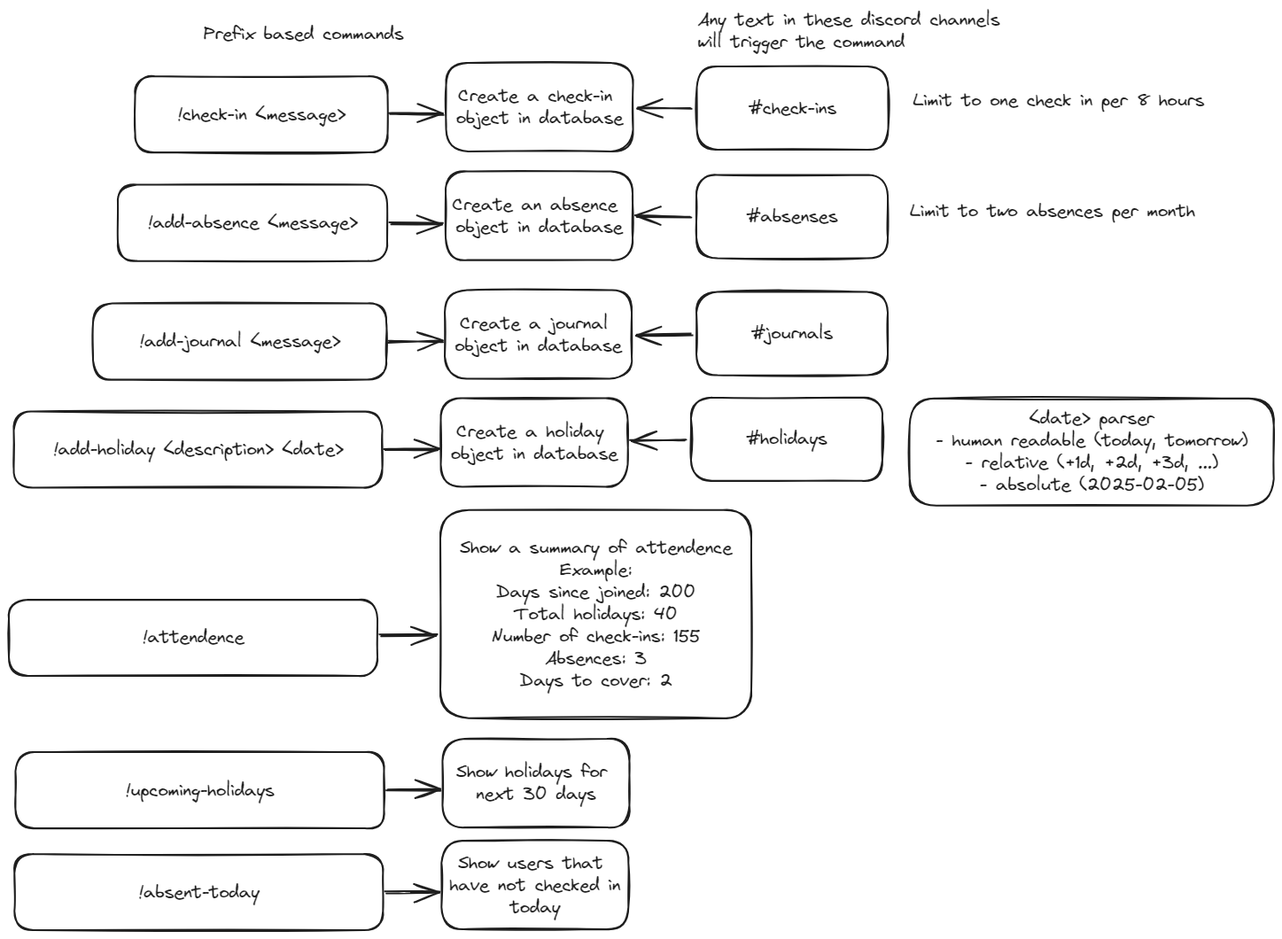
sandbox-pokhara/journal keeps this Excalidraw diagram as architecture.excalidraw.png. Above is the earlier version. Source tidied: one line per element, renumbered; positions are measured from the earlier drawing's top-left corner, leaving out a move shared by most shapes.
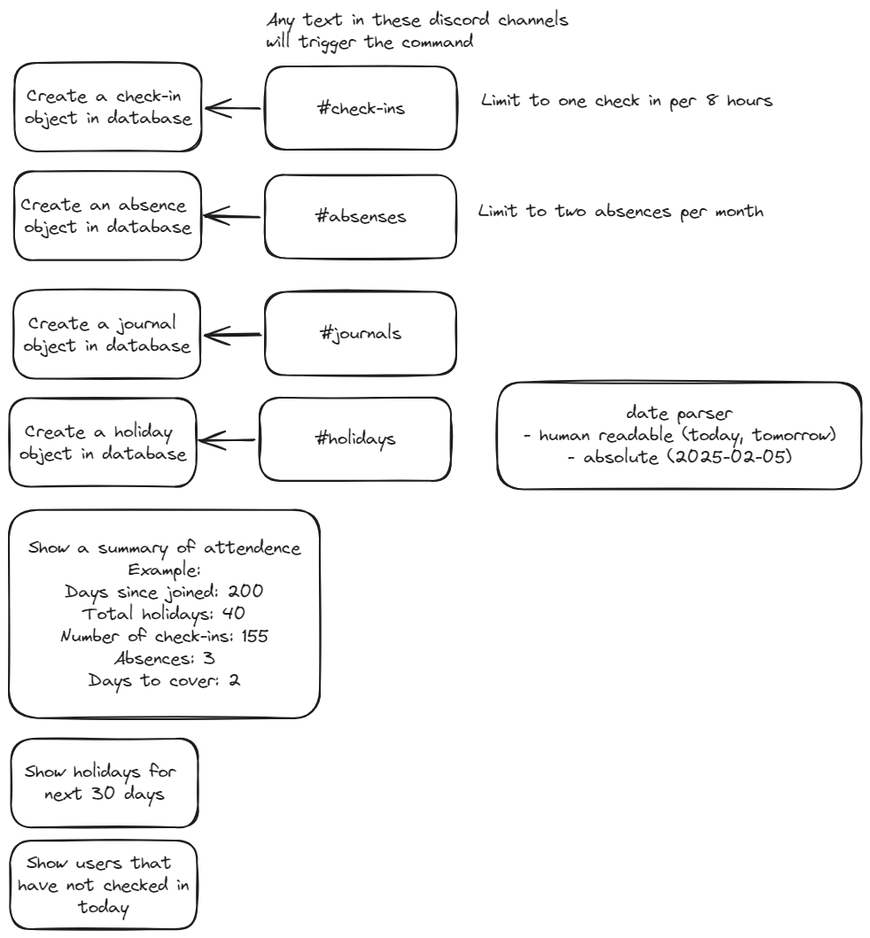
The same diagram one commit later.

Change to the diagram source:
```diff
@@ -1,36 +1,23 @@
 {"id": 0, "type": "rectangle", "strokeColor": "#1e1e1e", "strokeWidth": 2, "roughness": 1, "round": true, "x": 494, "y": 61, "width": 211, "height": 100}
 {"id": 1, "type": "text", "text": "Create a check-in \nobject in database", "strokeColor": "#1e1e1e", "strokeWidth": 2, "roughness": 1, "fontSize": 20, "fontFamily": 1, "textAlign": "center", "verticalAlign": "middle", "inside": 0, "x": 505, "y": 86, "width": 188, "height": 50}
-{"id": 2, "type": "rectangle", "strokeColor": "#1e1e1e", "strokeWidth": 2, "roughness": 1, "round": true, "x": 143, "y": 76, "width": 285, "height": 86}
-{"id": 3, "type": "text", "text": "!check-in <message>", "strokeColor": "#1e1e1e", "strokeWidth": 2, "roughness": 1, "fontSize": 20, "fontFamily": 1, "textAlign": "center", "verticalAlign": "middle", "inside": 2, "x": 190, "y": 106, "width": 190, "height": 25}
-{"id": 4, "type": "arrow", "strokeColor": "#1e1e1e", "strokeWidth": 2, "roughness": 1, "endArrowhead": "arrow", "round": true, "from": 2, "to": 0, "x": 431, "y": 119, "width": 60, "height": 0, "points": [[0, 0], [60, 0]]}
 {"id": 5, "type": "rectangle", "strokeColor": "#1e1e1e", "strokeWidth": 2, "roughness": 1, "round": true, "x": 777, "y": 65, "width": 216, "height": 94}
 {"id": 6, "type": "text", "text": "#check-ins", "strokeColor": "#1e1e1e", "strokeWidth": 2, "roughness": 1, "fontSize": 20, "fontFamily": 1, "textAlign": "center", "verticalAlign": "middle", "inside": 5, "x": 835, "y": 100, "width": 99, "height": 25}
 {"id": 7, "type": "text", "text": "Any text in these discord channels\nwill trigger the command", "strokeColor": "#1e1e1e", "strokeWidth": 2, "roughness": 1, "fontSize": 20, "fontFamily": 1, "x": 778, "y": 0, "width": 341, "height": 50}
 {"id": 8, "type": "arrow", "strokeColor": "#1e1e1e", "strokeWidth": 2, "roughness": 1, "endArrowhead": "arrow", "round": true, "from": 5, "to": 0, "x": 771, "y": 112, "width": 61, "height": 0, "points": [[0, 0], [-61, 0]]}
-{"id": 9, "type": "text", "text": "Prefix based commands", "strokeColor": "#1e1e1e", "strokeWidth": 2, "roughness": 1, "fontSize": 20, "fontFamily": 1, "x": 220, "y": 16, "width": 226, "height": 25}
 {"id": 10, "type": "rectangle", "strokeColor": "#1e1e1e", "strokeWidth": 2, "roughness": 1, "round": true, "x": 493, "y": 184, "width": 211, "height": 100}
 {"id": 11, "type": "text", "text": "Create an absence \nobject in database", "strokeColor": "#1e1e1e", "strokeWidth": 2, "roughness": 1, "fontSize": 20, "fontFamily": 1, "textAlign": "center", "verticalAlign": "middle", "inside": 10, "x": 500, "y": 208, "width": 196, "height": 50}
-{"id": 12, "type": "rectangle", "strokeColor": "#1e1e1e", "strokeWidth": 2, "roughness": 1, "round": true, "x": 123, "y": 198, "width": 304, "height": 86}
-{"id": 13, "type": "text", "text": "!add-absence <message>", "strokeColor": "#1e1e1e", "strokeWidth": 2, "roughness": 1, "fontSize": 20, "fontFamily": 1, "textAlign": "center", "verticalAlign": "middle", "inside": 12, "x": 156, "y": 229, "width": 237, "height": 25}
-{"id": 14, "type": "arrow", "strokeColor": "#1e1e1e", "strokeWidth": 2, "roughness": 1, "endArrowhead": "arrow", "round": true, "from": 12, "to": 10, "x": 430, "y": 242, "width": 60, "height": 0, "points": [[0, 0], [60, 0]]}
 {"id": 15, "type": "rectangle", "strokeColor": "#1e1e1e", "strokeWidth": 2, "roughness": 1, "round": true, "x": 776, "y": 188, "width": 216, "height": 94}
 {"id": 16, "type": "text", "text": "#absenses", "strokeColor": "#1e1e1e", "strokeWidth": 2, "roughness": 1, "fontSize": 20, "fontFamily": 1, "textAlign": "center", "verticalAlign": "middle", "inside": 15, "x": 832, "y": 222, "width": 103, "height": 25}
 {"id": 17, "type": "arrow", "strokeColor": "#1e1e1e", "strokeWidth": 2, "roughness": 1, "endArrowhead": "arrow", "round": true, "from": 15, "to": 10, "x": 770, "y": 234, "width": 61, "height": 0, "points": [[0, 0], [-61, 0]]}
 {"id": 18, "type": "rectangle", "strokeColor": "#1e1e1e", "strokeWidth": 2, "roughness": 1, "round": true, "x": 492, "y": 318, "width": 211, "height": 100}
 {"id": 19, "type": "text", "text": "Create a journal \nobject in database", "strokeColor": "#1e1e1e", "strokeWidth": 2, "roughness": 1, "fontSize": 20, "fontFamily": 1, "textAlign": "center", "verticalAlign": "middle", "inside": 18, "x": 503, "y": 342, "width": 188, "height": 50}
-{"id": 20, "type": "rectangle", "strokeColor": "#1e1e1e", "strokeWidth": 2, "roughness": 1, "round": true, "x": 95, "y": 332, "width": 331, "height": 86}
-{"id": 21, "type": "text", "text": "!add-journal <message>", "strokeColor": "#1e1e1e", "strokeWidth": 2, "roughness": 1, "fontSize": 20, "fontFamily": 1, "textAlign": "center", "verticalAlign": "middle", "inside": 20, "x": 147, "y": 363, "width": 227, "height": 25}
-{"id": 22, "type": "arrow", "strokeColor": "#1e1e1e", "strokeWidth": 2, "roughness": 1, "endArrowhead": "arrow", "round": true, "from": 20, "to": 18, "x": 429, "y": 376, "width": 60, "height": 0, "points": [[0, 0], [60, 0]]}
 {"id": 23, "type": "rectangle", "strokeColor": "#1e1e1e", "strokeWidth": 2, "roughness": 1, "round": true, "x": 776, "y": 320, "width": 216, "height": 94}
 {"id": 24, "type": "text", "text": "#journals", "strokeColor": "#1e1e1e", "strokeWidth": 2, "roughness": 1, "fontSize": 20, "fontFamily": 1, "textAlign": "center", "verticalAlign": "middle", "inside": 23, "x": 838, "y": 354, "width": 92, "height": 25}
 {"id": 25, "type": "arrow", "strokeColor": "#1e1e1e", "strokeWidth": 2, "roughness": 1, "endArrowhead": "arrow", "round": true, "from": 23, "to": 18, "x": 770, "y": 368, "width": 62, "height": 0, "points": [[0, 0], [-62, 0]]}
 {"id": 26, "type": "rectangle", "strokeColor": "#1e1e1e", "strokeWidth": 2, "roughness": 1, "round": true, "x": 488, "y": 440, "width": 211, "height": 100}
 {"id": 27, "type": "text", "text": "Create a holiday \nobject in database", "strokeColor": "#1e1e1e", "strokeWidth": 2, "roughness": 1, "fontSize": 20, "fontFamily": 1, "textAlign": "center", "verticalAlign": "middle", "inside": 26, "x": 499, "y": 464, "width": 188, "height": 50}
-{"id": 28, "type": "rectangle", "strokeColor": "#1e1e1e", "strokeWidth": 2, "roughness": 1, "round": true, "x": 6, "y": 454, "width": 416, "height": 86}
-{"id": 29, "type": "text", "text": "!add-holiday <description> <date>", "strokeColor": "#1e1e1e", "strokeWidth": 2, "roughness": 1, "fontSize": 20, "fontFamily": 1, "textAlign": "center", "verticalAlign": "middle", "inside": 28, "x": 50, "y": 485, "width": 328, "height": 25}
-{"id": 30, "type": "arrow", "strokeColor": "#1e1e1e", "strokeWidth": 2, "roughness": 1, "endArrowhead": "arrow", "round": true, "from": 28, "to": 26, "x": 425, "y": 498, "width": 60, "height": 0, "points": [[0, 0], [60, 0]]}
-{"id": 31, "type": "rectangle", "strokeColor": "#1e1e1e", "strokeWidth": 2, "roughness": 1, "round": true, "x": 1017, "y": 440, "width": 411, "height": 121}
+{"id": 31, "type": "rectangle", "strokeColor": "#1e1e1e", "strokeWidth": 2, "roughness": 1, "round": true, "x": 1038, "y": 421, "width": 411, "height": 121}
-{"id": 32, "type": "text", "text": "<date> parser\n- human readable (today, tomorrow)\n- relative (+1d, +2d, +3d, ...)\n- absolute (2025-02-05)", "strokeColor": "#1e1e1e", "strokeWidth": 2, "roughness": 1, "fontSize": 20, "fontFamily": 1, "textAlign": "center", "verticalAlign": "middle", "inside": 31, "x": 1046, "y": 450, "width": 352, "height": 100}
+{"id": 32, "type": "text", "text": "date parser\n- human readable (today, tomorrow)\n- absolute (2025-02-05)", "strokeColor": "#1e1e1e", "strokeWidth": 2, "roughness": 1, "fontSize": 20, "fontFamily": 1, "textAlign": "center", "verticalAlign": "middle", "inside": 31, "x": 1068, "y": 444, "width": 352, "height": 75}
 {"id": 33, "type": "rectangle", "strokeColor": "#1e1e1e", "strokeWidth": 2, "roughness": 1, "round": true, "x": 770, "y": 439, "width": 216, "height": 94}
 {"id": 34, "type": "text", "text": "#holidays", "strokeColor": "#1e1e1e", "strokeWidth": 2, "roughness": 1, "fontSize": 20, "fontFamily": 1, "textAlign": "center", "verticalAlign": "middle", "inside": 33, "x": 832, "y": 473, "width": 91, "height": 25}
 {"id": 35, "type": "arrow", "strokeColor": "#1e1e1e", "strokeWidth": 2, "roughness": 1, "endArrowhead": "arrow", "round": true, "from": 33, "to": 26, "x": 764, "y": 487, "width": 62, "height": 0, "points": [[0, 0], [-62, 0]]}
@@ -38,16 +25,7 @@
 {"id": 37, "type": "text", "text": "Limit to two absences per month", "strokeColor": "#1e1e1e", "strokeWidth": 2, "roughness": 1, "fontSize": 20, "fontFamily": 1, "x": 1017, "y": 216, "width": 322, "height": 25}
 {"id": 38, "type": "rectangle", "strokeColor": "#1e1e1e", "strokeWidth": 2, "roughness": 1, "round": true, "x": 487, "y": 566, "width": 351, "height": 235}
 {"id": 39, "type": "text", "text": "Show a summary of attendence\nExample:\nDays since joined: 200\nTotal holidays: 40\nNumber of check-ins: 155\nAbsences: 3\nDays to cover: 2", "strokeColor": "#1e1e1e", "strokeWidth": 2, "roughness": 1, "fontSize": 20, "fontFamily": 1, "textAlign": "center", "verticalAlign": "middle", "inside": 38, "x": 509, "y": 596, "width": 307, "height": 175}
-{"id": 40, "type": "rectangle", "strokeColor": "#1e1e1e", "strokeWidth": 2, "roughness": 1, "round": true, "x": 0, "y": 667, "width": 416, "height": 86}
-{"id": 41, "type": "text", "text": "!attendence", "strokeColor": "#1e1e1e", "strokeWidth": 2, "roughness": 1, "fontSize": 20, "fontFamily": 1, "textAlign": "center", "verticalAlign": "middle", "inside": 40, "x": 151, "y": 697, "width": 115, "height": 25}
-{"id": 42, "type": "arrow", "strokeColor": "#1e1e1e", "strokeWidth": 2, "roughness": 1, "endArrowhead": "arrow", "round": true, "from": 40, "to": 38, "x": 419, "y": 707, "width": 65, "height": 1, "points": [[0, 0], [65, -1]]}
 {"id": 43, "type": "rectangle", "strokeColor": "#1e1e1e", "strokeWidth": 2, "roughness": 1, "round": true, "x": 489, "y": 824, "width": 211, "height": 100}
 {"id": 44, "type": "text", "text": "Show holidays for \nnext 30 days", "strokeColor": "#1e1e1e", "strokeWidth": 2, "roughness": 1, "fontSize": 20, "fontFamily": 1, "textAlign": "center", "verticalAlign": "middle", "inside": 43, "x": 505, "y": 849, "width": 180, "height": 50}
-{"id": 45, "type": "rectangle", "strokeColor": "#1e1e1e", "strokeWidth": 2, "roughness": 1, "round": true, "x": 7, "y": 839, "width": 416, "height": 86}
-{"id": 46, "type": "text", "text": "!upcoming-holidays", "strokeColor": "#1e1e1e", "strokeWidth": 2, "roughness": 1, "fontSize": 20, "fontFamily": 1, "textAlign": "center", "verticalAlign": "middle", "inside": 45, "x": 131, "y": 870, "width": 168, "height": 25}
-{"id": 47, "type": "arrow", "strokeColor": "#1e1e1e", "strokeWidth": 2, "roughness": 1, "endArrowhead": "arrow", "round": true, "from": 45, "to": 43, "x": 426, "y": 882, "width": 60, "height": 0, "points": [[0, 0], [60, 0]]}
 {"id": 48, "type": "rectangle", "strokeColor": "#1e1e1e", "strokeWidth": 2, "roughness": 1, "round": true, "x": 488, "y": 939, "width": 211, "height": 100}
 {"id": 49, "type": "text", "text": "Show users that \nhave not checked in\ntoday", "strokeColor": "#1e1e1e", "strokeWidth": 2, "roughness": 1, "fontSize": 20, "fontFamily": 1, "textAlign": "center", "verticalAlign": "middle", "inside": 48, "x": 497, "y": 952, "width": 193, "height": 75}
-{"id": 50, "type": "rectangle", "strokeColor": "#1e1e1e", "strokeWidth": 2, "roughness": 1, "round": true, "x": 6, "y": 954, "width": 416, "height": 86}
-{"id": 51, "type": "text", "text": "!absent-today", "strokeColor": "#1e1e1e", "strokeWidth": 2, "roughness": 1, "fontSize": 20, "fontFamily": 1, "textAlign": "center", "verticalAlign": "middle", "inside": 50, "x": 146, "y": 985, "width": 137, "height": 25}
-{"id": 52, "type": "arrow", "strokeColor": "#1e1e1e", "strokeWidth": 2, "roughness": 1, "endArrowhead": "arrow", "round": true, "from": 50, "to": 48, "x": 425, "y": 997, "width": 60, "height": 0, "points": [[0, 0], [60, 0]]}
```
